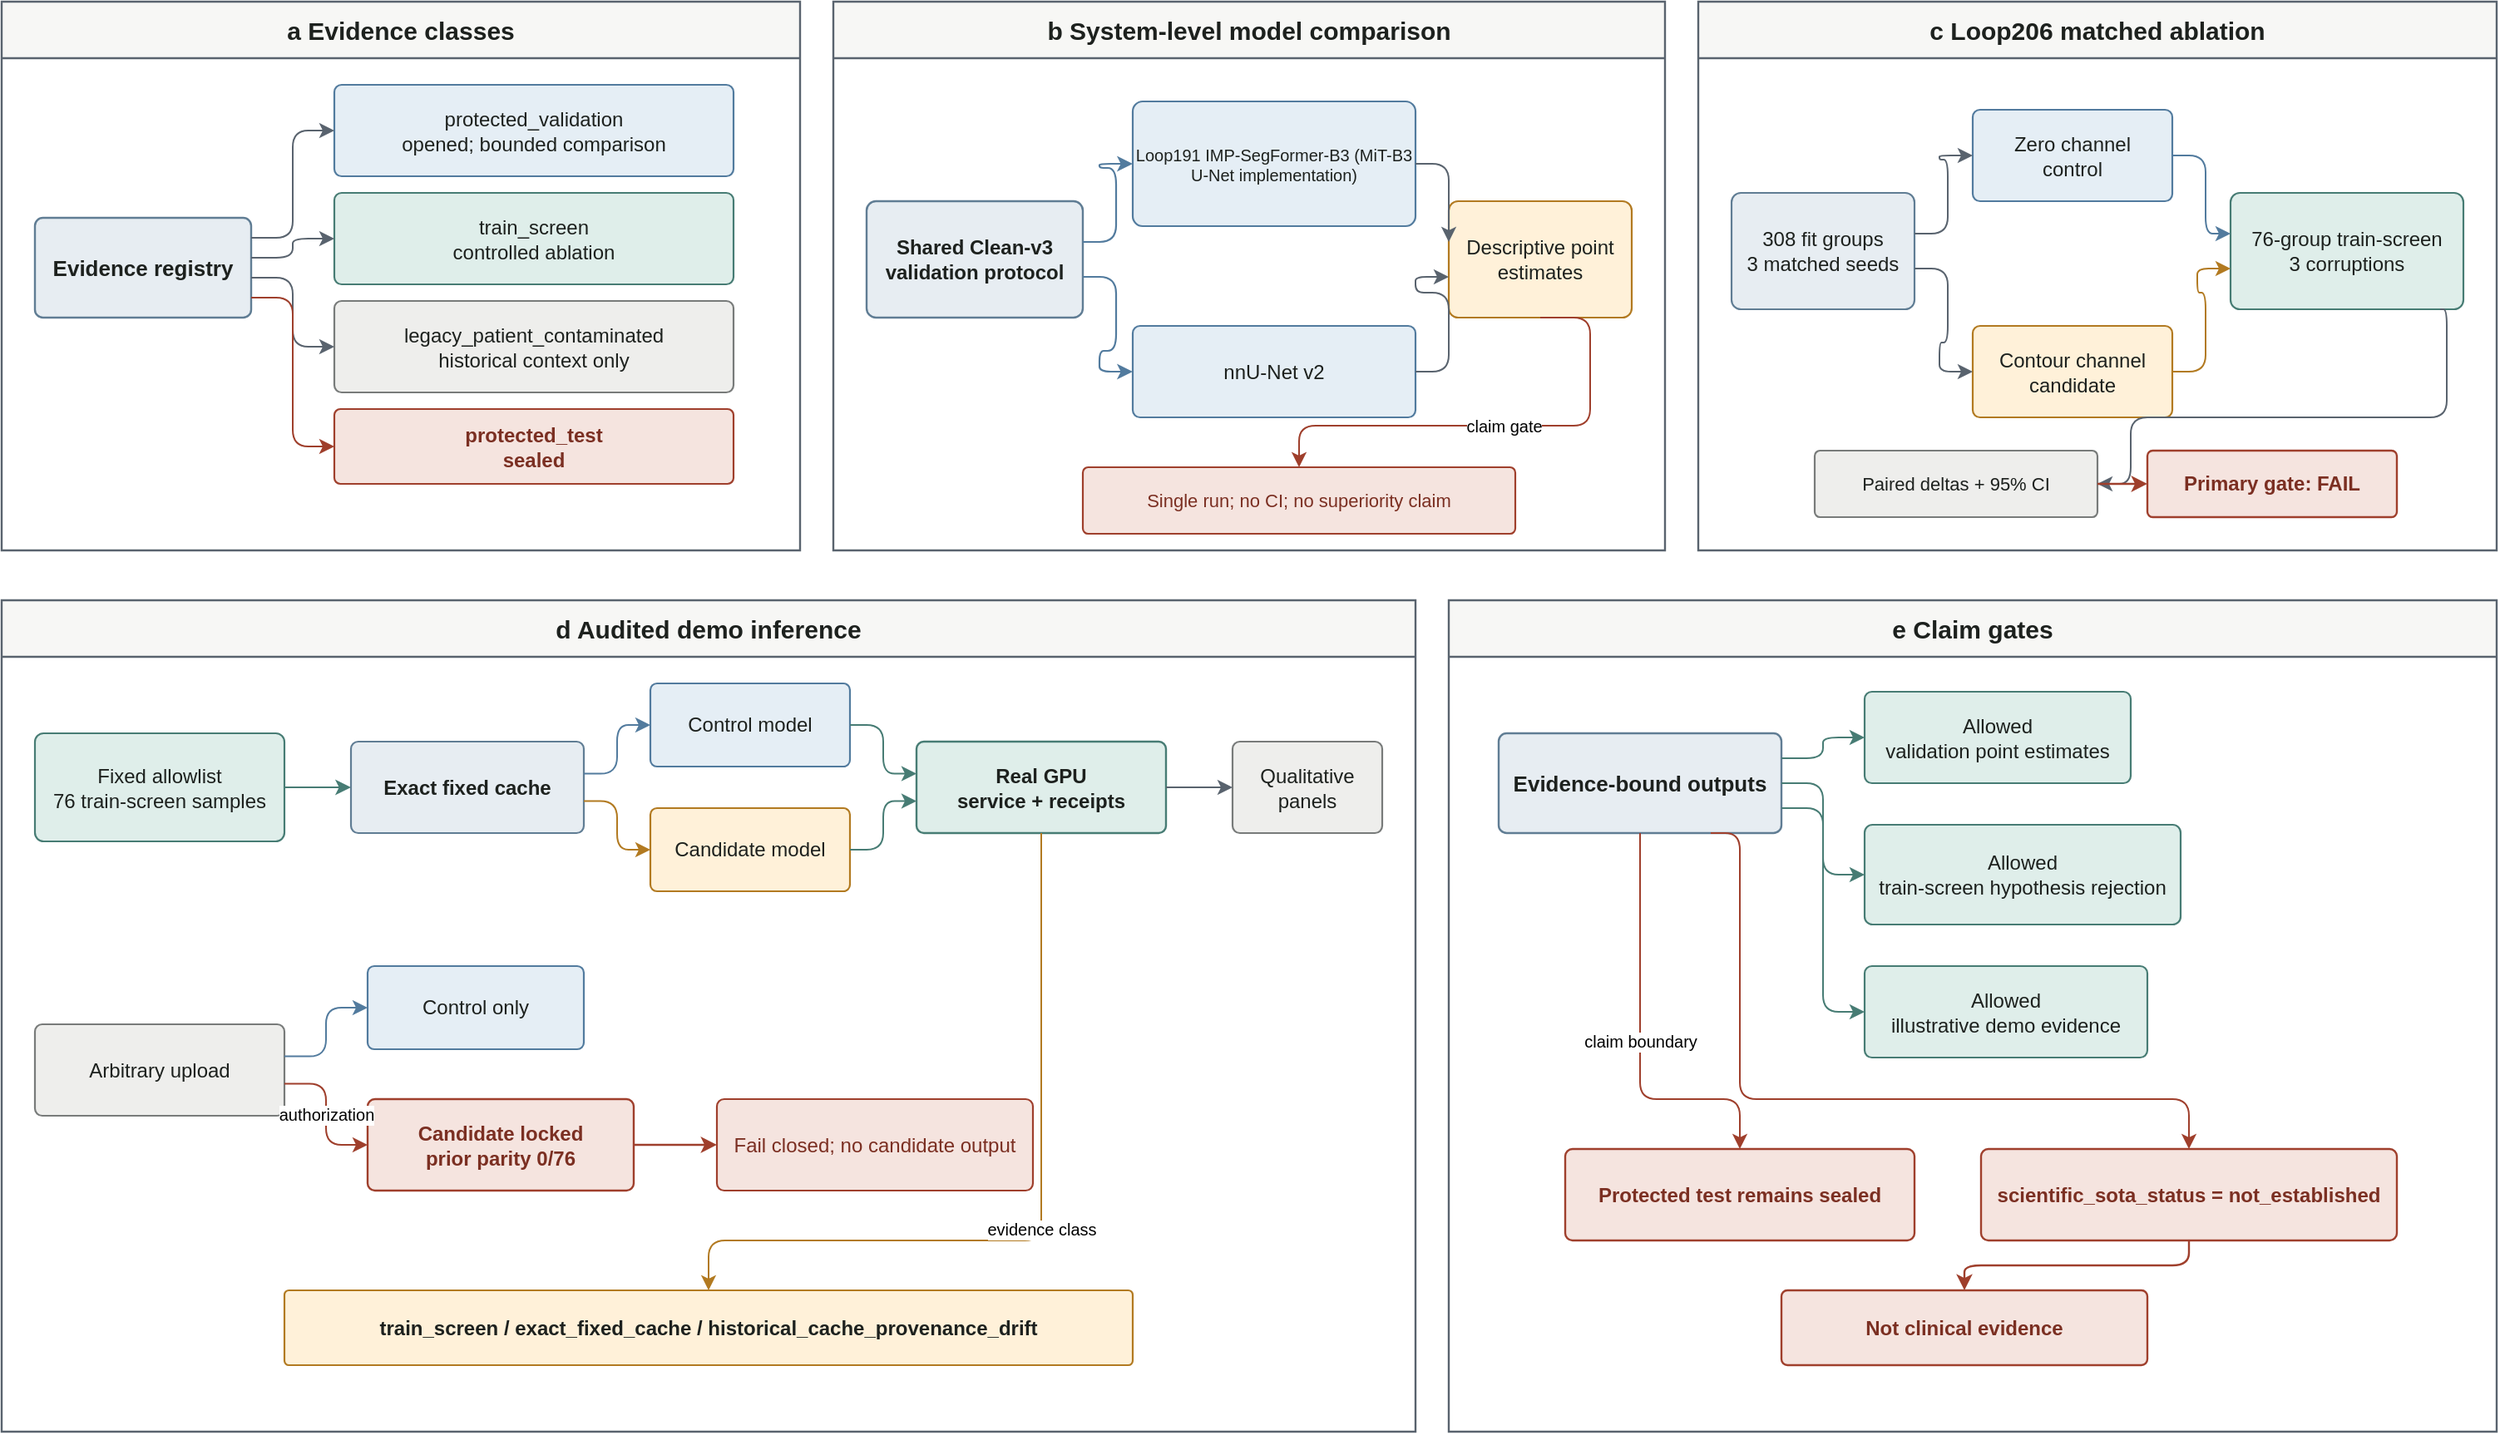
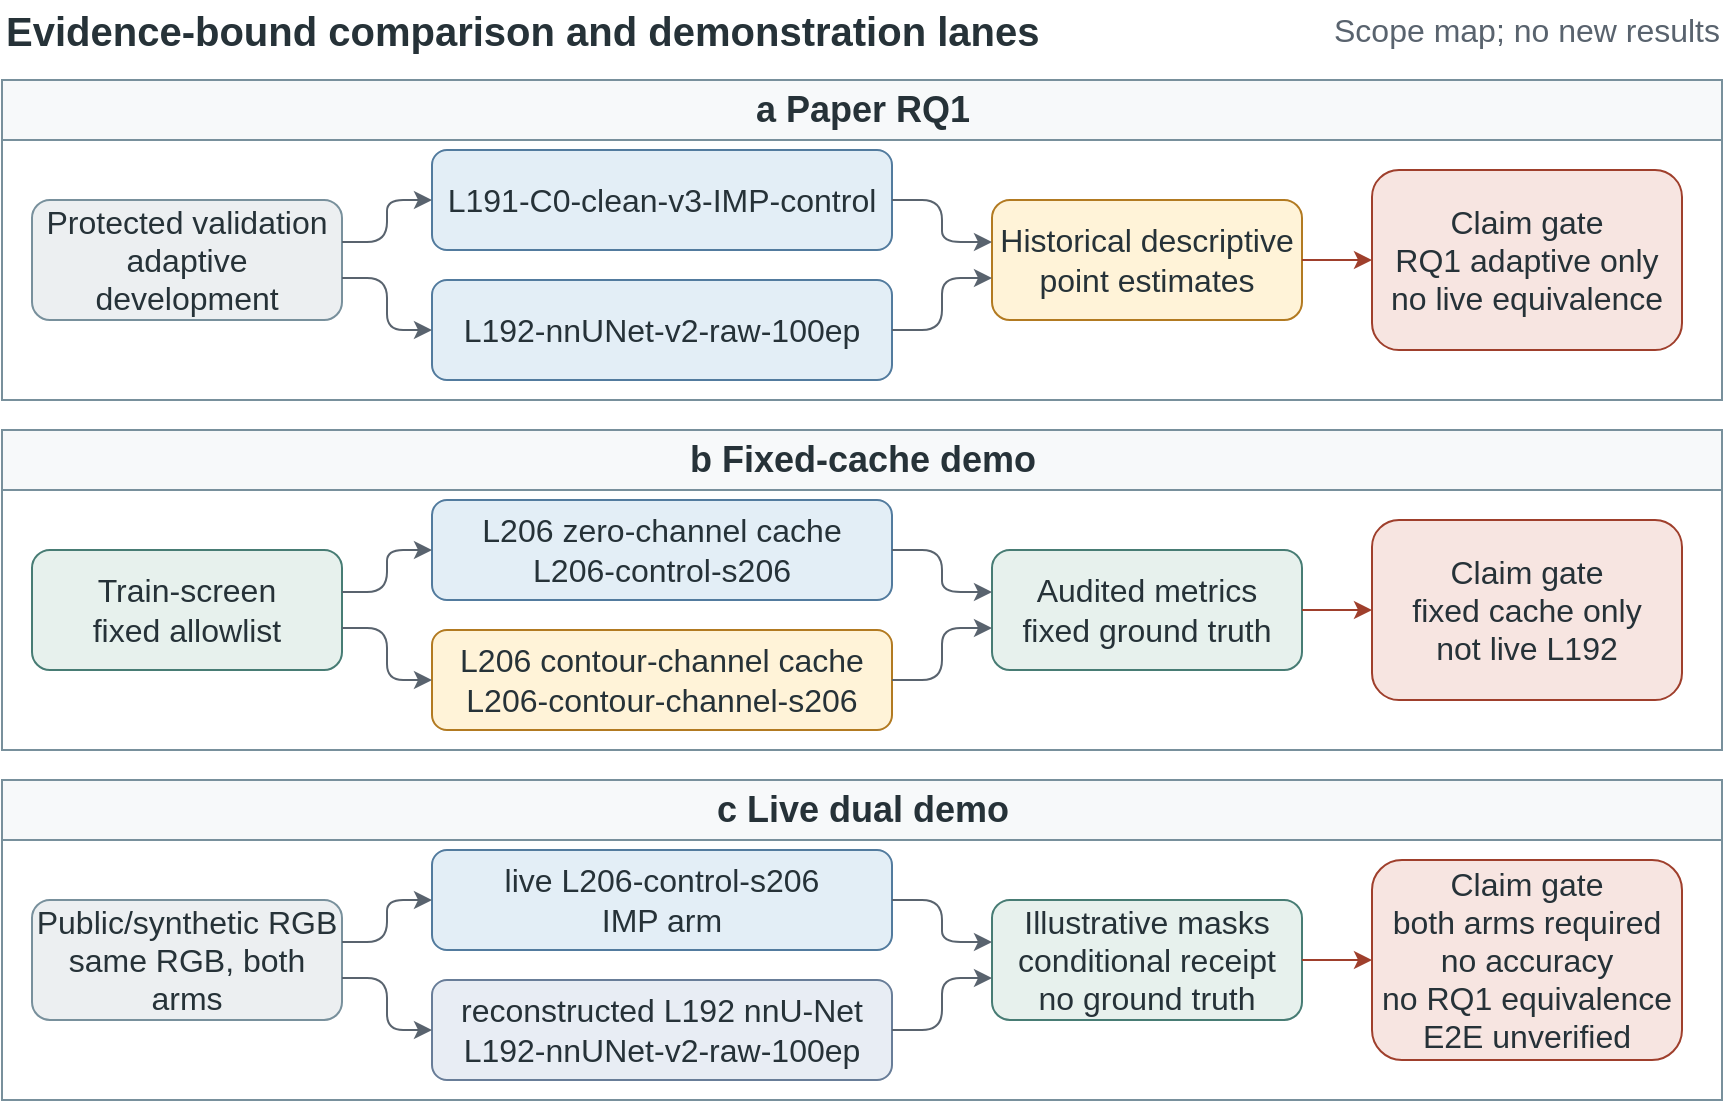
<?xml version="1.0" encoding="UTF-8"?>
<mxfile host="drawio" version="30.3.14">
-   <diagram id="evidence-pipeline" name="Evidence pipeline">
-     <mxGraphModel dx="1560" dy="940" grid="1" gridSize="10" guides="1" tooltips="1" connect="1" arrows="1" fold="1" page="1" pageScale="1" pageWidth="1560" pageHeight="940" math="0" shadow="0">
+   <diagram id="evidence-pipeline" name="Figure 1">
+     <mxGraphModel dx="900" dy="590" grid="1" gridSize="10" guides="1" tooltips="1" connect="1" arrows="1" fold="1" page="1" pageScale="1" pageWidth="900" pageHeight="590" background="#ffffff">
      <root>
        <mxCell id="0" />
        <mxCell id="1" parent="0" />
- 
-         <mxCell id="2" value="a  Evidence classes" style="swimlane;startSize=34;horizontal=1;rounded=0;html=1;whiteSpace=wrap;fillColor=#f7f7f5;swimlaneFillColor=#ffffff;strokeColor=#59636e;strokeWidth=1.2;fontFamily=Helvetica;fontSize=15;fontStyle=1;fontColor=#1d211e;container=1;pointerEvents=0;" vertex="1" parent="1">
-           <mxGeometry x="30" y="30" width="480" height="330" as="geometry" />
+         <mxCell id="2" value="Evidence-bound comparison and demonstration lanes" style="text;html=1;align=left;verticalAlign=middle;fontFamily=Helvetica;fontSize=20;fontStyle=1;fontColor=#263238;" vertex="1" parent="1">
+           <mxGeometry x="20" y="10" width="440" height="30" as="geometry" />
        </mxCell>
-         <mxCell id="3" value="Evidence registry" style="rounded=1;arcSize=8;whiteSpace=wrap;html=1;fillColor=#e7edf2;strokeColor=#607d94;strokeWidth=1.2;fontFamily=Helvetica;fontSize=13;fontStyle=1;fontColor=#1d211e;" vertex="1" parent="2">
-           <mxGeometry x="20" y="130" width="130" height="60" as="geometry" />
-         </mxCell>
-         <mxCell id="4" value="protected_validation&#xa;opened; bounded comparison" style="rounded=1;arcSize=8;whiteSpace=wrap;html=1;fillColor=#e5eef5;strokeColor=#527b9e;strokeWidth=1.1;fontFamily=Helvetica;fontSize=12;fontColor=#1d211e;" vertex="1" parent="2">
-           <mxGeometry x="200" y="50" width="240" height="55" as="geometry" />
-         </mxCell>
-         <mxCell id="5" value="train_screen&#xa;controlled ablation" style="rounded=1;arcSize=8;whiteSpace=wrap;html=1;fillColor=#dfeeea;strokeColor=#477c74;strokeWidth=1.1;fontFamily=Helvetica;fontSize=12;fontColor=#1d211e;" vertex="1" parent="2">
-           <mxGeometry x="200" y="115" width="240" height="55" as="geometry" />
-         </mxCell>
-         <mxCell id="6" value="legacy_patient_contaminated&#xa;historical context only" style="rounded=1;arcSize=8;whiteSpace=wrap;html=1;fillColor=#eeeeec;strokeColor=#787b7a;strokeWidth=1.1;fontFamily=Helvetica;fontSize=12;fontColor=#1d211e;" vertex="1" parent="2">
-           <mxGeometry x="200" y="180" width="240" height="55" as="geometry" />
-         </mxCell>
-         <mxCell id="7" value="protected_test&#xa;sealed" style="rounded=1;arcSize=8;whiteSpace=wrap;html=1;fillColor=#f5e4df;strokeColor=#9f3f2c;strokeWidth=1.1;fontFamily=Helvetica;fontSize=12;fontStyle=1;fontColor=#7b2f22;" vertex="1" parent="2">
-           <mxGeometry x="200" y="245" width="240" height="45" as="geometry" />
+         <mxCell id="3" value="Scope map; no new results" style="text;html=1;align=right;verticalAlign=middle;fontFamily=Helvetica;fontSize=16;fontColor=#59636e;" vertex="1" parent="1">
+           <mxGeometry x="600" y="10" width="280" height="30" as="geometry" />
        </mxCell>

-         <mxCell id="8" value="b  System-level model comparison" style="swimlane;startSize=34;horizontal=1;rounded=0;html=1;whiteSpace=wrap;fillColor=#f7f7f5;swimlaneFillColor=#ffffff;strokeColor=#59636e;strokeWidth=1.2;fontFamily=Helvetica;fontSize=15;fontStyle=1;fontColor=#1d211e;container=1;pointerEvents=0;" vertex="1" parent="1">
-           <mxGeometry x="530" y="30" width="500" height="330" as="geometry" />
+         <mxCell id="4" value="a  Paper RQ1" style="swimlane;startSize=30;container=1;pointerEvents=0;html=1;fontFamily=Helvetica;fontSize=18;fontStyle=1;fontColor=#263238;fillColor=#f7f9fa;swimlaneFillColor=#ffffff;strokeColor=#78909c;strokeWidth=1;rounded=0;shadow=0;gradientColor=none;" vertex="1" parent="1">
+           <mxGeometry x="20" y="50" width="860" height="160" as="geometry" />
        </mxCell>
-         <mxCell id="9" value="Shared Clean-v3&#xa;validation protocol" style="rounded=1;arcSize=8;whiteSpace=wrap;html=1;fillColor=#e7edf2;strokeColor=#607d94;strokeWidth=1.2;fontFamily=Helvetica;fontSize=12;fontStyle=1;fontColor=#1d211e;" vertex="1" parent="8">
-           <mxGeometry x="20" y="120" width="130" height="70" as="geometry" />
+         <mxCell id="5" value="Protected validation&#xa;adaptive development" style="rounded=1;whiteSpace=wrap;html=1;fontFamily=Helvetica;fontSize=16;fontColor=#263238;fillColor=#eceff1;strokeColor=#78909c;strokeWidth=1;shadow=0;gradientColor=none;" vertex="1" parent="4">
+           <mxGeometry x="15" y="60" width="155" height="60" as="geometry" />
        </mxCell>
-         <mxCell id="10" value="Loop191 IMP-SegFormer-B3 (MiT-B3 U-Net implementation)" style="rounded=1;arcSize=8;whiteSpace=wrap;html=1;fillColor=#e5eef5;strokeColor=#527b9e;strokeWidth=1.1;fontFamily=Helvetica;fontSize=10;fontColor=#1d211e;" vertex="1" parent="8">
-           <mxGeometry x="180" y="60" width="170" height="75" as="geometry" />
+         <mxCell id="6" value="L191-C0-clean-v3-IMP-control" style="rounded=1;whiteSpace=wrap;html=1;fontFamily=Helvetica;fontSize=16;fontColor=#263238;fillColor=#e3eef6;strokeColor=#527b9e;strokeWidth=1;shadow=0;gradientColor=none;" vertex="1" parent="4">
+           <mxGeometry x="215" y="35" width="230" height="50" as="geometry" />
        </mxCell>
-         <mxCell id="11" value="nnU-Net v2" style="rounded=1;arcSize=8;whiteSpace=wrap;html=1;fillColor=#e5eef5;strokeColor=#527b9e;strokeWidth=1.1;fontFamily=Helvetica;fontSize=12;fontColor=#1d211e;" vertex="1" parent="8">
-           <mxGeometry x="180" y="195" width="170" height="55" as="geometry" />
+         <mxCell id="7" value="L192-nnUNet-v2-raw-100ep" style="rounded=1;whiteSpace=wrap;html=1;fontFamily=Helvetica;fontSize=16;fontColor=#263238;fillColor=#e3eef6;strokeColor=#527b9e;strokeWidth=1;shadow=0;gradientColor=none;" vertex="1" parent="4">
+           <mxGeometry x="215" y="100" width="230" height="50" as="geometry" />
        </mxCell>
-         <mxCell id="12" value="Descriptive point&#xa;estimates" style="rounded=1;arcSize=8;whiteSpace=wrap;html=1;fillColor=#fff1d9;strokeColor=#b27a21;strokeWidth=1.1;fontFamily=Helvetica;fontSize=12;fontColor=#1d211e;" vertex="1" parent="8">
-           <mxGeometry x="370" y="120" width="110" height="70" as="geometry" />
+         <mxCell id="8" value="Historical descriptive&#xa;point estimates" style="rounded=1;whiteSpace=wrap;html=1;fontFamily=Helvetica;fontSize=16;fontColor=#263238;fillColor=#fff3d8;strokeColor=#b27a21;strokeWidth=1;shadow=0;gradientColor=none;" vertex="1" parent="4">
+           <mxGeometry x="495" y="60" width="155" height="60" as="geometry" />
        </mxCell>
-         <mxCell id="13" value="Single run; no CI; no superiority claim" style="rounded=1;arcSize=8;whiteSpace=wrap;html=1;fillColor=#f5e4df;strokeColor=#9f3f2c;strokeWidth=1.1;fontFamily=Helvetica;fontSize=11;fontColor=#7b2f22;" vertex="1" parent="8">
-           <mxGeometry x="150" y="280" width="260" height="40" as="geometry" />
+         <mxCell id="9" value="Claim gate&#xa;RQ1 adaptive only&#xa;no live equivalence" style="rounded=1;whiteSpace=wrap;html=1;fontFamily=Helvetica;fontSize=16;fontColor=#263238;fillColor=#f7e5e1;strokeColor=#9f3f2c;strokeWidth=1;shadow=0;gradientColor=none;" vertex="1" parent="4">
+           <mxGeometry x="685" y="45" width="155" height="90" as="geometry" />
        </mxCell>

-         <mxCell id="14" value="c  Loop206 matched ablation" style="swimlane;startSize=34;horizontal=1;rounded=0;html=1;whiteSpace=wrap;fillColor=#f7f7f5;swimlaneFillColor=#ffffff;strokeColor=#59636e;strokeWidth=1.2;fontFamily=Helvetica;fontSize=15;fontStyle=1;fontColor=#1d211e;container=1;pointerEvents=0;" vertex="1" parent="1">
-           <mxGeometry x="1050" y="30" width="480" height="330" as="geometry" />
+         <mxCell id="10" value="b  Fixed-cache demo" style="swimlane;startSize=30;container=1;pointerEvents=0;html=1;fontFamily=Helvetica;fontSize=18;fontStyle=1;fontColor=#263238;fillColor=#f7f9fa;swimlaneFillColor=#ffffff;strokeColor=#78909c;strokeWidth=1;rounded=0;shadow=0;gradientColor=none;" vertex="1" parent="1">
+           <mxGeometry x="20" y="225" width="860" height="160" as="geometry" />
        </mxCell>
-         <mxCell id="15" value="308 fit groups&#xa;3 matched seeds" style="rounded=1;arcSize=8;whiteSpace=wrap;html=1;fillColor=#e7edf2;strokeColor=#607d94;strokeWidth=1.1;fontFamily=Helvetica;fontSize=12;fontColor=#1d211e;" vertex="1" parent="14">
-           <mxGeometry x="20" y="115" width="110" height="70" as="geometry" />
+         <mxCell id="11" value="Train-screen&#xa;fixed allowlist" style="rounded=1;whiteSpace=wrap;html=1;fontFamily=Helvetica;fontSize=16;fontColor=#263238;fillColor=#e7f1ed;strokeColor=#477c74;strokeWidth=1;shadow=0;gradientColor=none;" vertex="1" parent="10">
+           <mxGeometry x="15" y="60" width="155" height="60" as="geometry" />
        </mxCell>
-         <mxCell id="16" value="Zero channel&#xa;control" style="rounded=1;arcSize=8;whiteSpace=wrap;html=1;fillColor=#e5eef5;strokeColor=#527b9e;strokeWidth=1.1;fontFamily=Helvetica;fontSize=12;fontColor=#1d211e;" vertex="1" parent="14">
-           <mxGeometry x="165" y="65" width="120" height="55" as="geometry" />
+         <mxCell id="12" value="L206 zero-channel cache&#xa;L206-control-s206" style="rounded=1;whiteSpace=wrap;html=1;fontFamily=Helvetica;fontSize=16;fontColor=#263238;fillColor=#e3eef6;strokeColor=#527b9e;strokeWidth=1;shadow=0;gradientColor=none;" vertex="1" parent="10">
+           <mxGeometry x="215" y="35" width="230" height="50" as="geometry" />
        </mxCell>
-         <mxCell id="17" value="Contour channel&#xa;candidate" style="rounded=1;arcSize=8;whiteSpace=wrap;html=1;fillColor=#fff1d9;strokeColor=#b27a21;strokeWidth=1.1;fontFamily=Helvetica;fontSize=12;fontColor=#1d211e;" vertex="1" parent="14">
-           <mxGeometry x="165" y="195" width="120" height="55" as="geometry" />
+         <mxCell id="13" value="L206 contour-channel cache&#xa;L206-contour-channel-s206" style="rounded=1;whiteSpace=wrap;html=1;fontFamily=Helvetica;fontSize=16;fontColor=#263238;fillColor=#fff3d8;strokeColor=#b27a21;strokeWidth=1;shadow=0;gradientColor=none;" vertex="1" parent="10">
+           <mxGeometry x="215" y="100" width="230" height="50" as="geometry" />
        </mxCell>
-         <mxCell id="18" value="76-group train-screen&#xa;3 corruptions" style="rounded=1;arcSize=8;whiteSpace=wrap;html=1;fillColor=#dfeeea;strokeColor=#477c74;strokeWidth=1.1;fontFamily=Helvetica;fontSize=12;fontColor=#1d211e;" vertex="1" parent="14">
-           <mxGeometry x="320" y="115" width="140" height="70" as="geometry" />
+         <mxCell id="14" value="Audited metrics&#xa;fixed ground truth" style="rounded=1;whiteSpace=wrap;html=1;fontFamily=Helvetica;fontSize=16;fontColor=#263238;fillColor=#e7f1ed;strokeColor=#477c74;strokeWidth=1;shadow=0;gradientColor=none;" vertex="1" parent="10">
+           <mxGeometry x="495" y="60" width="155" height="60" as="geometry" />
        </mxCell>
-         <mxCell id="19" value="Paired deltas + 95% CI" style="rounded=1;arcSize=8;whiteSpace=wrap;html=1;fillColor=#eeeeec;strokeColor=#787b7a;strokeWidth=1.1;fontFamily=Helvetica;fontSize=11;fontColor=#1d211e;" vertex="1" parent="14">
-           <mxGeometry x="70" y="270" width="170" height="40" as="geometry" />
-         </mxCell>
-         <mxCell id="20" value="Primary gate: FAIL" style="rounded=1;arcSize=8;whiteSpace=wrap;html=1;fillColor=#f5e4df;strokeColor=#9f3f2c;strokeWidth=1.2;fontFamily=Helvetica;fontSize=12;fontStyle=1;fontColor=#7b2f22;" vertex="1" parent="14">
-           <mxGeometry x="270" y="270" width="150" height="40" as="geometry" />
+         <mxCell id="15" value="Claim gate&#xa;fixed cache only&#xa;not live L192" style="rounded=1;whiteSpace=wrap;html=1;fontFamily=Helvetica;fontSize=16;fontColor=#263238;fillColor=#f7e5e1;strokeColor=#9f3f2c;strokeWidth=1;shadow=0;gradientColor=none;" vertex="1" parent="10">
+           <mxGeometry x="685" y="45" width="155" height="90" as="geometry" />
        </mxCell>

-         <mxCell id="21" value="d  Audited demo inference" style="swimlane;startSize=34;horizontal=1;rounded=0;html=1;whiteSpace=wrap;fillColor=#f7f7f5;swimlaneFillColor=#ffffff;strokeColor=#59636e;strokeWidth=1.2;fontFamily=Helvetica;fontSize=15;fontStyle=1;fontColor=#1d211e;container=1;pointerEvents=0;" vertex="1" parent="1">
-           <mxGeometry x="30" y="390" width="850" height="500" as="geometry" />
+         <mxCell id="16" value="c  Live dual demo" style="swimlane;startSize=30;container=1;pointerEvents=0;html=1;fontFamily=Helvetica;fontSize=18;fontStyle=1;fontColor=#263238;fillColor=#f7f9fa;swimlaneFillColor=#ffffff;strokeColor=#78909c;strokeWidth=1;rounded=0;shadow=0;gradientColor=none;" vertex="1" parent="1">
+           <mxGeometry x="20" y="400" width="860" height="160" as="geometry" />
        </mxCell>
-         <mxCell id="22" value="Fixed allowlist&#xa;76 train-screen samples" style="rounded=1;arcSize=8;whiteSpace=wrap;html=1;fillColor=#dfeeea;strokeColor=#477c74;strokeWidth=1.1;fontFamily=Helvetica;fontSize=12;fontColor=#1d211e;" vertex="1" parent="21">
-           <mxGeometry x="20" y="80" width="150" height="65" as="geometry" />
+         <mxCell id="17" value="Public/synthetic RGB&#xa;same RGB, both arms" style="rounded=1;whiteSpace=wrap;html=1;fontFamily=Helvetica;fontSize=16;fontColor=#263238;fillColor=#eceff1;strokeColor=#78909c;strokeWidth=1;shadow=0;gradientColor=none;" vertex="1" parent="16">
+           <mxGeometry x="15" y="60" width="155" height="60" as="geometry" />
        </mxCell>
-         <mxCell id="23" value="Exact fixed cache" style="rounded=1;arcSize=8;whiteSpace=wrap;html=1;fillColor=#e7edf2;strokeColor=#607d94;strokeWidth=1.1;fontFamily=Helvetica;fontSize=12;fontStyle=1;fontColor=#1d211e;" vertex="1" parent="21">
-           <mxGeometry x="210" y="85" width="140" height="55" as="geometry" />
+         <mxCell id="18" value="live L206-control-s206&#xa;IMP arm" style="rounded=1;whiteSpace=wrap;html=1;fontFamily=Helvetica;fontSize=16;fontColor=#263238;fillColor=#e3eef6;strokeColor=#527b9e;strokeWidth=1;shadow=0;gradientColor=none;" vertex="1" parent="16">
+           <mxGeometry x="215" y="35" width="230" height="50" as="geometry" />
        </mxCell>
-         <mxCell id="24" value="Control model" style="rounded=1;arcSize=8;whiteSpace=wrap;html=1;fillColor=#e5eef5;strokeColor=#527b9e;strokeWidth=1.1;fontFamily=Helvetica;fontSize=12;fontColor=#1d211e;" vertex="1" parent="21">
-           <mxGeometry x="390" y="50" width="120" height="50" as="geometry" />
+         <mxCell id="19" value="reconstructed L192 nnU-Net&#xa;L192-nnUNet-v2-raw-100ep" style="rounded=1;whiteSpace=wrap;html=1;fontFamily=Helvetica;fontSize=16;fontColor=#263238;fillColor=#e8edf4;strokeColor=#687d98;strokeWidth=1;shadow=0;gradientColor=none;" vertex="1" parent="16">
+           <mxGeometry x="215" y="100" width="230" height="50" as="geometry" />
        </mxCell>
-         <mxCell id="25" value="Candidate model" style="rounded=1;arcSize=8;whiteSpace=wrap;html=1;fillColor=#fff1d9;strokeColor=#b27a21;strokeWidth=1.1;fontFamily=Helvetica;fontSize=12;fontColor=#1d211e;" vertex="1" parent="21">
-           <mxGeometry x="390" y="125" width="120" height="50" as="geometry" />
+         <mxCell id="20" value="Illustrative masks&#xa;conditional receipt&#xa;no ground truth" style="rounded=1;whiteSpace=wrap;html=1;fontFamily=Helvetica;fontSize=16;fontColor=#263238;fillColor=#e7f1ed;strokeColor=#477c74;strokeWidth=1;shadow=0;gradientColor=none;" vertex="1" parent="16">
+           <mxGeometry x="495" y="60" width="155" height="60" as="geometry" />
        </mxCell>
-         <mxCell id="26" value="Real GPU&#xa;service + receipts" style="rounded=1;arcSize=8;whiteSpace=wrap;html=1;fillColor=#dfeeea;strokeColor=#477c74;strokeWidth=1.2;fontFamily=Helvetica;fontSize=12;fontStyle=1;fontColor=#1d211e;" vertex="1" parent="21">
-           <mxGeometry x="550" y="85" width="150" height="55" as="geometry" />
-         </mxCell>
-         <mxCell id="27" value="Qualitative panels" style="rounded=1;arcSize=8;whiteSpace=wrap;html=1;fillColor=#eeeeec;strokeColor=#787b7a;strokeWidth=1.1;fontFamily=Helvetica;fontSize=12;fontColor=#1d211e;" vertex="1" parent="21">
-           <mxGeometry x="740" y="85" width="90" height="55" as="geometry" />
-         </mxCell>
-         <mxCell id="28" value="Arbitrary upload" style="rounded=1;arcSize=8;whiteSpace=wrap;html=1;fillColor=#eeeeec;strokeColor=#787b7a;strokeWidth=1.1;fontFamily=Helvetica;fontSize=12;fontColor=#1d211e;" vertex="1" parent="21">
-           <mxGeometry x="20" y="255" width="150" height="55" as="geometry" />
-         </mxCell>
-         <mxCell id="29" value="Control only" style="rounded=1;arcSize=8;whiteSpace=wrap;html=1;fillColor=#e5eef5;strokeColor=#527b9e;strokeWidth=1.1;fontFamily=Helvetica;fontSize=12;fontColor=#1d211e;" vertex="1" parent="21">
-           <mxGeometry x="220" y="220" width="130" height="50" as="geometry" />
-         </mxCell>
-         <mxCell id="30" value="Candidate locked&#xa;prior parity 0/76" style="rounded=1;arcSize=8;whiteSpace=wrap;html=1;fillColor=#f5e4df;strokeColor=#9f3f2c;strokeWidth=1.2;fontFamily=Helvetica;fontSize=12;fontStyle=1;fontColor=#7b2f22;" vertex="1" parent="21">
-           <mxGeometry x="220" y="300" width="160" height="55" as="geometry" />
-         </mxCell>
-         <mxCell id="31" value="Fail closed; no candidate output" style="rounded=1;arcSize=8;whiteSpace=wrap;html=1;fillColor=#f5e4df;strokeColor=#9f3f2c;strokeWidth=1.1;fontFamily=Helvetica;fontSize=12;fontColor=#7b2f22;" vertex="1" parent="21">
-           <mxGeometry x="430" y="300" width="190" height="55" as="geometry" />
-         </mxCell>
-         <mxCell id="32" value="train_screen / exact_fixed_cache / historical_cache_provenance_drift" style="rounded=1;arcSize=6;whiteSpace=wrap;html=1;fillColor=#fff1d9;strokeColor=#b27a21;strokeWidth=1.1;fontFamily=Helvetica;fontSize=12;fontStyle=1;fontColor=#1d211e;" vertex="1" parent="21">
-           <mxGeometry x="170" y="415" width="510" height="45" as="geometry" />
+         <mxCell id="21" value="Claim gate&#xa;both arms required&#xa;no accuracy&#xa;no RQ1 equivalence&#xa;E2E unverified" style="rounded=1;whiteSpace=wrap;html=1;fontFamily=Helvetica;fontSize=16;fontColor=#263238;fillColor=#f7e5e1;strokeColor=#9f3f2c;strokeWidth=1;shadow=0;gradientColor=none;" vertex="1" parent="16">
+           <mxGeometry x="685" y="40" width="155" height="100" as="geometry" />
        </mxCell>

-         <mxCell id="33" value="e  Claim gates" style="swimlane;startSize=34;horizontal=1;rounded=0;html=1;whiteSpace=wrap;fillColor=#f7f7f5;swimlaneFillColor=#ffffff;strokeColor=#59636e;strokeWidth=1.2;fontFamily=Helvetica;fontSize=15;fontStyle=1;fontColor=#1d211e;container=1;pointerEvents=0;" vertex="1" parent="1">
-           <mxGeometry x="900" y="390" width="630" height="500" as="geometry" />
-         </mxCell>
-         <mxCell id="34" value="Evidence-bound outputs" style="rounded=1;arcSize=8;whiteSpace=wrap;html=1;fillColor=#e7edf2;strokeColor=#607d94;strokeWidth=1.2;fontFamily=Helvetica;fontSize=13;fontStyle=1;fontColor=#1d211e;" vertex="1" parent="33">
-           <mxGeometry x="30" y="80" width="170" height="60" as="geometry" />
-         </mxCell>
-         <mxCell id="35" value="Allowed&#xa;validation point estimates" style="rounded=1;arcSize=8;whiteSpace=wrap;html=1;fillColor=#dfeeea;strokeColor=#477c74;strokeWidth=1.1;fontFamily=Helvetica;fontSize=12;fontColor=#1d211e;" vertex="1" parent="33">
-           <mxGeometry x="250" y="55" width="160" height="55" as="geometry" />
-         </mxCell>
-         <mxCell id="36" value="Allowed&#xa;train-screen hypothesis rejection" style="rounded=1;arcSize=8;whiteSpace=wrap;html=1;fillColor=#dfeeea;strokeColor=#477c74;strokeWidth=1.1;fontFamily=Helvetica;fontSize=12;fontColor=#1d211e;" vertex="1" parent="33">
-           <mxGeometry x="250" y="135" width="190" height="60" as="geometry" />
-         </mxCell>
-         <mxCell id="37" value="Allowed&#xa;illustrative demo evidence" style="rounded=1;arcSize=8;whiteSpace=wrap;html=1;fillColor=#dfeeea;strokeColor=#477c74;strokeWidth=1.1;fontFamily=Helvetica;fontSize=12;fontColor=#1d211e;" vertex="1" parent="33">
-           <mxGeometry x="250" y="220" width="170" height="55" as="geometry" />
-         </mxCell>
-         <mxCell id="38" value="Protected test remains sealed" style="rounded=1;arcSize=8;whiteSpace=wrap;html=1;fillColor=#f5e4df;strokeColor=#9f3f2c;strokeWidth=1.2;fontFamily=Helvetica;fontSize=12;fontStyle=1;fontColor=#7b2f22;" vertex="1" parent="33">
-           <mxGeometry x="70" y="330" width="210" height="55" as="geometry" />
-         </mxCell>
-         <mxCell id="39" value="scientific_sota_status = not_established" style="rounded=1;arcSize=8;whiteSpace=wrap;html=1;fillColor=#f5e4df;strokeColor=#9f3f2c;strokeWidth=1.2;fontFamily=Helvetica;fontSize=12;fontStyle=1;fontColor=#7b2f22;" vertex="1" parent="33">
-           <mxGeometry x="320" y="330" width="250" height="55" as="geometry" />
-         </mxCell>
-         <mxCell id="40" value="Not clinical evidence" style="rounded=1;arcSize=8;whiteSpace=wrap;html=1;fillColor=#f5e4df;strokeColor=#9f3f2c;strokeWidth=1.2;fontFamily=Helvetica;fontSize=12;fontStyle=1;fontColor=#7b2f22;" vertex="1" parent="33">
-           <mxGeometry x="200" y="415" width="220" height="45" as="geometry" />
-         </mxCell>
+         <mxCell id="22" value="" style="edgeStyle=orthogonalEdgeStyle;rounded=1;orthogonalLoop=1;jettySize=auto;html=1;strokeColor=#59636e;strokeWidth=1;exitX=1;exitY=0.35;entryX=0;entryY=0.5;" edge="1" parent="4" source="5" target="6"><mxGeometry relative="1" as="geometry" /></mxCell>
+         <mxCell id="23" value="" style="edgeStyle=orthogonalEdgeStyle;rounded=1;orthogonalLoop=1;jettySize=auto;html=1;strokeColor=#59636e;strokeWidth=1;exitX=1;exitY=0.65;entryX=0;entryY=0.5;" edge="1" parent="4" source="5" target="7"><mxGeometry relative="1" as="geometry" /></mxCell>
+         <mxCell id="24" value="" style="edgeStyle=orthogonalEdgeStyle;rounded=1;orthogonalLoop=1;jettySize=auto;html=1;strokeColor=#59636e;strokeWidth=1;exitX=1;exitY=0.5;entryX=0;entryY=0.35;" edge="1" parent="4" source="6" target="8"><mxGeometry relative="1" as="geometry" /></mxCell>
+         <mxCell id="25" value="" style="edgeStyle=orthogonalEdgeStyle;rounded=1;orthogonalLoop=1;jettySize=auto;html=1;strokeColor=#59636e;strokeWidth=1;exitX=1;exitY=0.5;entryX=0;entryY=0.65;" edge="1" parent="4" source="7" target="8"><mxGeometry relative="1" as="geometry" /></mxCell>
+         <mxCell id="26" value="" style="edgeStyle=orthogonalEdgeStyle;rounded=1;orthogonalLoop=1;jettySize=auto;html=1;strokeColor=#9f3f2c;strokeWidth=1;exitX=1;exitY=0.5;entryX=0;entryY=0.5;" edge="1" parent="4" source="8" target="9"><mxGeometry relative="1" as="geometry" /></mxCell>

-         <mxCell id="41" value="" style="edgeStyle=orthogonalEdgeStyle;rounded=1;orthogonalLoop=1;jettySize=auto;html=1;strokeColor=#59636e;strokeWidth=1;exitX=1;exitY=0.2;entryX=0;entryY=0.5;" edge="1" parent="2" source="3" target="4"><mxGeometry relative="1" as="geometry" /></mxCell>
-         <mxCell id="42" value="" style="edgeStyle=orthogonalEdgeStyle;rounded=1;orthogonalLoop=1;jettySize=auto;html=1;strokeColor=#59636e;strokeWidth=1;exitX=1;exitY=0.4;entryX=0;entryY=0.5;" edge="1" parent="2" source="3" target="5"><mxGeometry relative="1" as="geometry" /></mxCell>
-         <mxCell id="43" value="" style="edgeStyle=orthogonalEdgeStyle;rounded=1;orthogonalLoop=1;jettySize=auto;html=1;strokeColor=#59636e;strokeWidth=1;exitX=1;exitY=0.6;entryX=0;entryY=0.5;" edge="1" parent="2" source="3" target="6"><mxGeometry relative="1" as="geometry" /></mxCell>
-         <mxCell id="44" value="" style="edgeStyle=orthogonalEdgeStyle;rounded=1;orthogonalLoop=1;jettySize=auto;html=1;strokeColor=#9f3f2c;strokeWidth=1;exitX=1;exitY=0.8;entryX=0;entryY=0.5;" edge="1" parent="2" source="3" target="7"><mxGeometry relative="1" as="geometry" /></mxCell>
+         <mxCell id="27" value="" style="edgeStyle=orthogonalEdgeStyle;rounded=1;orthogonalLoop=1;jettySize=auto;html=1;strokeColor=#59636e;strokeWidth=1;exitX=1;exitY=0.35;entryX=0;entryY=0.5;" edge="1" parent="10" source="11" target="12"><mxGeometry relative="1" as="geometry" /></mxCell>
+         <mxCell id="28" value="" style="edgeStyle=orthogonalEdgeStyle;rounded=1;orthogonalLoop=1;jettySize=auto;html=1;strokeColor=#59636e;strokeWidth=1;exitX=1;exitY=0.65;entryX=0;entryY=0.5;" edge="1" parent="10" source="11" target="13"><mxGeometry relative="1" as="geometry" /></mxCell>
+         <mxCell id="29" value="" style="edgeStyle=orthogonalEdgeStyle;rounded=1;orthogonalLoop=1;jettySize=auto;html=1;strokeColor=#59636e;strokeWidth=1;exitX=1;exitY=0.5;entryX=0;entryY=0.35;" edge="1" parent="10" source="12" target="14"><mxGeometry relative="1" as="geometry" /></mxCell>
+         <mxCell id="30" value="" style="edgeStyle=orthogonalEdgeStyle;rounded=1;orthogonalLoop=1;jettySize=auto;html=1;strokeColor=#59636e;strokeWidth=1;exitX=1;exitY=0.5;entryX=0;entryY=0.65;" edge="1" parent="10" source="13" target="14"><mxGeometry relative="1" as="geometry" /></mxCell>
+         <mxCell id="31" value="" style="edgeStyle=orthogonalEdgeStyle;rounded=1;orthogonalLoop=1;jettySize=auto;html=1;strokeColor=#9f3f2c;strokeWidth=1;exitX=1;exitY=0.5;entryX=0;entryY=0.5;" edge="1" parent="10" source="14" target="15"><mxGeometry relative="1" as="geometry" /></mxCell>

-         <mxCell id="45" value="" style="edgeStyle=orthogonalEdgeStyle;rounded=1;orthogonalLoop=1;jettySize=auto;html=1;strokeColor=#527b9e;strokeWidth=1.1;exitX=1;exitY=0.35;entryX=0;entryY=0.5;" edge="1" parent="8" source="9" target="10"><mxGeometry relative="1" as="geometry" /></mxCell>
-         <mxCell id="46" value="" style="edgeStyle=orthogonalEdgeStyle;rounded=1;orthogonalLoop=1;jettySize=auto;html=1;strokeColor=#527b9e;strokeWidth=1.1;exitX=1;exitY=0.65;entryX=0;entryY=0.5;" edge="1" parent="8" source="9" target="11"><mxGeometry relative="1" as="geometry" /></mxCell>
-         <mxCell id="47" value="" style="edgeStyle=orthogonalEdgeStyle;rounded=1;orthogonalLoop=1;jettySize=auto;html=1;strokeColor=#59636e;strokeWidth=1;exitX=1;exitY=0.5;entryX=0;entryY=0.35;" edge="1" parent="8" source="10" target="12"><mxGeometry relative="1" as="geometry" /></mxCell>
-         <mxCell id="48" value="" style="edgeStyle=orthogonalEdgeStyle;rounded=1;orthogonalLoop=1;jettySize=auto;html=1;strokeColor=#59636e;strokeWidth=1;exitX=1;exitY=0.5;entryX=0;entryY=0.65;" edge="1" parent="8" source="11" target="12"><mxGeometry relative="1" as="geometry" /></mxCell>
-         <mxCell id="49" value="claim gate" style="edgeStyle=orthogonalEdgeStyle;rounded=1;orthogonalLoop=1;jettySize=auto;html=1;strokeColor=#9f3f2c;strokeWidth=1;fontFamily=Helvetica;fontSize=10;labelBackgroundColor=#ffffff;exitX=0.5;exitY=1;entryX=0.5;entryY=0;" edge="1" parent="8" source="12" target="13"><mxGeometry relative="1" as="geometry"><Array as="points"><mxPoint x="455" y="255" /><mxPoint x="280" y="255" /></Array></mxGeometry></mxCell>
- 
-         <mxCell id="50" value="" style="edgeStyle=orthogonalEdgeStyle;rounded=1;orthogonalLoop=1;jettySize=auto;html=1;strokeColor=#59636e;strokeWidth=1;exitX=1;exitY=0.35;entryX=0;entryY=0.5;" edge="1" parent="14" source="15" target="16"><mxGeometry relative="1" as="geometry" /></mxCell>
-         <mxCell id="51" value="" style="edgeStyle=orthogonalEdgeStyle;rounded=1;orthogonalLoop=1;jettySize=auto;html=1;strokeColor=#59636e;strokeWidth=1;exitX=1;exitY=0.65;entryX=0;entryY=0.5;" edge="1" parent="14" source="15" target="17"><mxGeometry relative="1" as="geometry" /></mxCell>
-         <mxCell id="52" value="" style="edgeStyle=orthogonalEdgeStyle;rounded=1;orthogonalLoop=1;jettySize=auto;html=1;strokeColor=#527b9e;strokeWidth=1;exitX=1;exitY=0.5;entryX=0;entryY=0.35;" edge="1" parent="14" source="16" target="18"><mxGeometry relative="1" as="geometry" /></mxCell>
-         <mxCell id="53" value="" style="edgeStyle=orthogonalEdgeStyle;rounded=1;orthogonalLoop=1;jettySize=auto;html=1;strokeColor=#b27a21;strokeWidth=1;exitX=1;exitY=0.5;entryX=0;entryY=0.65;" edge="1" parent="14" source="17" target="18"><mxGeometry relative="1" as="geometry" /></mxCell>
-         <mxCell id="54" value="" style="edgeStyle=orthogonalEdgeStyle;rounded=1;orthogonalLoop=1;jettySize=auto;html=1;strokeColor=#59636e;strokeWidth=1;fontFamily=Helvetica;fontSize=10;labelBackgroundColor=#ffffff;exitX=0.9;exitY=1;entryX=1;entryY=0.5;" edge="1" parent="14" source="18" target="19"><mxGeometry relative="1" as="geometry"><Array as="points"><mxPoint x="450" y="250" /><mxPoint x="260" y="250" /><mxPoint x="260" y="290" /></Array></mxGeometry></mxCell>
-         <mxCell id="55" value="" style="edgeStyle=orthogonalEdgeStyle;rounded=1;orthogonalLoop=1;jettySize=auto;html=1;strokeColor=#9f3f2c;strokeWidth=1.2;exitX=1;exitY=0.5;entryX=0;entryY=0.5;" edge="1" parent="14" source="19" target="20"><mxGeometry relative="1" as="geometry" /></mxCell>
- 
-         <mxCell id="56" value="" style="edgeStyle=orthogonalEdgeStyle;rounded=1;orthogonalLoop=1;jettySize=auto;html=1;strokeColor=#477c74;strokeWidth=1.1;exitX=1;exitY=0.5;entryX=0;entryY=0.5;" edge="1" parent="21" source="22" target="23"><mxGeometry relative="1" as="geometry" /></mxCell>
-         <mxCell id="57" value="" style="edgeStyle=orthogonalEdgeStyle;rounded=1;orthogonalLoop=1;jettySize=auto;html=1;strokeColor=#527b9e;strokeWidth=1;exitX=1;exitY=0.35;entryX=0;entryY=0.5;" edge="1" parent="21" source="23" target="24"><mxGeometry relative="1" as="geometry" /></mxCell>
-         <mxCell id="58" value="" style="edgeStyle=orthogonalEdgeStyle;rounded=1;orthogonalLoop=1;jettySize=auto;html=1;strokeColor=#b27a21;strokeWidth=1;exitX=1;exitY=0.65;entryX=0;entryY=0.5;" edge="1" parent="21" source="23" target="25"><mxGeometry relative="1" as="geometry" /></mxCell>
-         <mxCell id="59" value="" style="edgeStyle=orthogonalEdgeStyle;rounded=1;orthogonalLoop=1;jettySize=auto;html=1;strokeColor=#477c74;strokeWidth=1;exitX=1;exitY=0.5;entryX=0;entryY=0.35;" edge="1" parent="21" source="24" target="26"><mxGeometry relative="1" as="geometry" /></mxCell>
-         <mxCell id="60" value="" style="edgeStyle=orthogonalEdgeStyle;rounded=1;orthogonalLoop=1;jettySize=auto;html=1;strokeColor=#477c74;strokeWidth=1;exitX=1;exitY=0.5;entryX=0;entryY=0.65;" edge="1" parent="21" source="25" target="26"><mxGeometry relative="1" as="geometry" /></mxCell>
-         <mxCell id="61" value="" style="edgeStyle=orthogonalEdgeStyle;rounded=1;orthogonalLoop=1;jettySize=auto;html=1;strokeColor=#59636e;strokeWidth=1;exitX=1;exitY=0.5;entryX=0;entryY=0.5;" edge="1" parent="21" source="26" target="27"><mxGeometry relative="1" as="geometry" /></mxCell>
-         <mxCell id="62" value="" style="edgeStyle=orthogonalEdgeStyle;rounded=1;orthogonalLoop=1;jettySize=auto;html=1;strokeColor=#527b9e;strokeWidth=1;exitX=1;exitY=0.35;entryX=0;entryY=0.5;" edge="1" parent="21" source="28" target="29"><mxGeometry relative="1" as="geometry" /></mxCell>
-         <mxCell id="63" value="authorization" style="edgeStyle=orthogonalEdgeStyle;rounded=1;orthogonalLoop=1;jettySize=auto;html=1;strokeColor=#9f3f2c;strokeWidth=1;fontFamily=Helvetica;fontSize=10;labelBackgroundColor=#ffffff;exitX=1;exitY=0.65;entryX=0;entryY=0.5;" edge="1" parent="21" source="28" target="30"><mxGeometry relative="1" as="geometry" /></mxCell>
-         <mxCell id="64" value="" style="edgeStyle=orthogonalEdgeStyle;rounded=1;orthogonalLoop=1;jettySize=auto;html=1;strokeColor=#9f3f2c;strokeWidth=1.2;exitX=1;exitY=0.5;entryX=0;entryY=0.5;" edge="1" parent="21" source="30" target="31"><mxGeometry relative="1" as="geometry" /></mxCell>
-         <mxCell id="65" value="evidence class" style="edgeStyle=orthogonalEdgeStyle;rounded=1;orthogonalLoop=1;jettySize=auto;html=1;strokeColor=#b27a21;strokeWidth=1;fontFamily=Helvetica;fontSize=10;labelBackgroundColor=#ffffff;exitX=0.5;exitY=1;entryX=0.5;entryY=0;" edge="1" parent="21" source="26" target="32"><mxGeometry relative="1" as="geometry"><Array as="points"><mxPoint x="625" y="385" /><mxPoint x="425" y="385" /></Array></mxGeometry></mxCell>
- 
-         <mxCell id="66" value="" style="edgeStyle=orthogonalEdgeStyle;rounded=1;orthogonalLoop=1;jettySize=auto;html=1;strokeColor=#477c74;strokeWidth=1;exitX=1;exitY=0.25;entryX=0;entryY=0.5;" edge="1" parent="33" source="34" target="35"><mxGeometry relative="1" as="geometry" /></mxCell>
-         <mxCell id="67" value="" style="edgeStyle=orthogonalEdgeStyle;rounded=1;orthogonalLoop=1;jettySize=auto;html=1;strokeColor=#477c74;strokeWidth=1;exitX=1;exitY=0.5;entryX=0;entryY=0.5;" edge="1" parent="33" source="34" target="36"><mxGeometry relative="1" as="geometry" /></mxCell>
-         <mxCell id="68" value="" style="edgeStyle=orthogonalEdgeStyle;rounded=1;orthogonalLoop=1;jettySize=auto;html=1;strokeColor=#477c74;strokeWidth=1;exitX=1;exitY=0.75;entryX=0;entryY=0.5;" edge="1" parent="33" source="34" target="37"><mxGeometry relative="1" as="geometry" /></mxCell>
-         <mxCell id="69" value="claim boundary" style="edgeStyle=orthogonalEdgeStyle;rounded=1;orthogonalLoop=1;jettySize=auto;html=1;strokeColor=#9f3f2c;strokeWidth=1;fontFamily=Helvetica;fontSize=10;labelBackgroundColor=#ffffff;exitX=0.5;exitY=1;entryX=0.5;entryY=0;" edge="1" parent="33" source="34" target="38"><mxGeometry relative="1" as="geometry"><Array as="points"><mxPoint x="115" y="300" /><mxPoint x="175" y="300" /></Array></mxGeometry></mxCell>
-         <mxCell id="70" value="" style="edgeStyle=orthogonalEdgeStyle;rounded=1;orthogonalLoop=1;jettySize=auto;html=1;strokeColor=#9f3f2c;strokeWidth=1;exitX=0.75;exitY=1;entryX=0.5;entryY=0;" edge="1" parent="33" source="34" target="39"><mxGeometry relative="1" as="geometry"><Array as="points"><mxPoint x="175" y="300" /><mxPoint x="445" y="300" /></Array></mxGeometry></mxCell>
-         <mxCell id="71" value="" style="edgeStyle=orthogonalEdgeStyle;rounded=1;orthogonalLoop=1;jettySize=auto;html=1;strokeColor=#9f3f2c;strokeWidth=1.2;exitX=0.5;exitY=1;entryX=0.5;entryY=0;" edge="1" parent="33" source="39" target="40"><mxGeometry relative="1" as="geometry"><Array as="points"><mxPoint x="445" y="400" /><mxPoint x="310" y="400" /></Array></mxGeometry></mxCell>
+         <mxCell id="32" value="" style="edgeStyle=orthogonalEdgeStyle;rounded=1;orthogonalLoop=1;jettySize=auto;html=1;strokeColor=#59636e;strokeWidth=1;exitX=1;exitY=0.35;entryX=0;entryY=0.5;" edge="1" parent="16" source="17" target="18"><mxGeometry relative="1" as="geometry" /></mxCell>
+         <mxCell id="33" value="" style="edgeStyle=orthogonalEdgeStyle;rounded=1;orthogonalLoop=1;jettySize=auto;html=1;strokeColor=#59636e;strokeWidth=1;exitX=1;exitY=0.65;entryX=0;entryY=0.5;" edge="1" parent="16" source="17" target="19"><mxGeometry relative="1" as="geometry" /></mxCell>
+         <mxCell id="34" value="" style="edgeStyle=orthogonalEdgeStyle;rounded=1;orthogonalLoop=1;jettySize=auto;html=1;strokeColor=#59636e;strokeWidth=1;exitX=1;exitY=0.5;entryX=0;entryY=0.35;" edge="1" parent="16" source="18" target="20"><mxGeometry relative="1" as="geometry" /></mxCell>
+         <mxCell id="35" value="" style="edgeStyle=orthogonalEdgeStyle;rounded=1;orthogonalLoop=1;jettySize=auto;html=1;strokeColor=#59636e;strokeWidth=1;exitX=1;exitY=0.5;entryX=0;entryY=0.65;" edge="1" parent="16" source="19" target="20"><mxGeometry relative="1" as="geometry" /></mxCell>
+         <mxCell id="36" value="" style="edgeStyle=orthogonalEdgeStyle;rounded=1;orthogonalLoop=1;jettySize=auto;html=1;strokeColor=#9f3f2c;strokeWidth=1;exitX=1;exitY=0.5;entryX=0;entryY=0.5;" edge="1" parent="16" source="20" target="21"><mxGeometry relative="1" as="geometry" /></mxCell>
      </root>
    </mxGraphModel>
  </diagram>
</mxfile>
